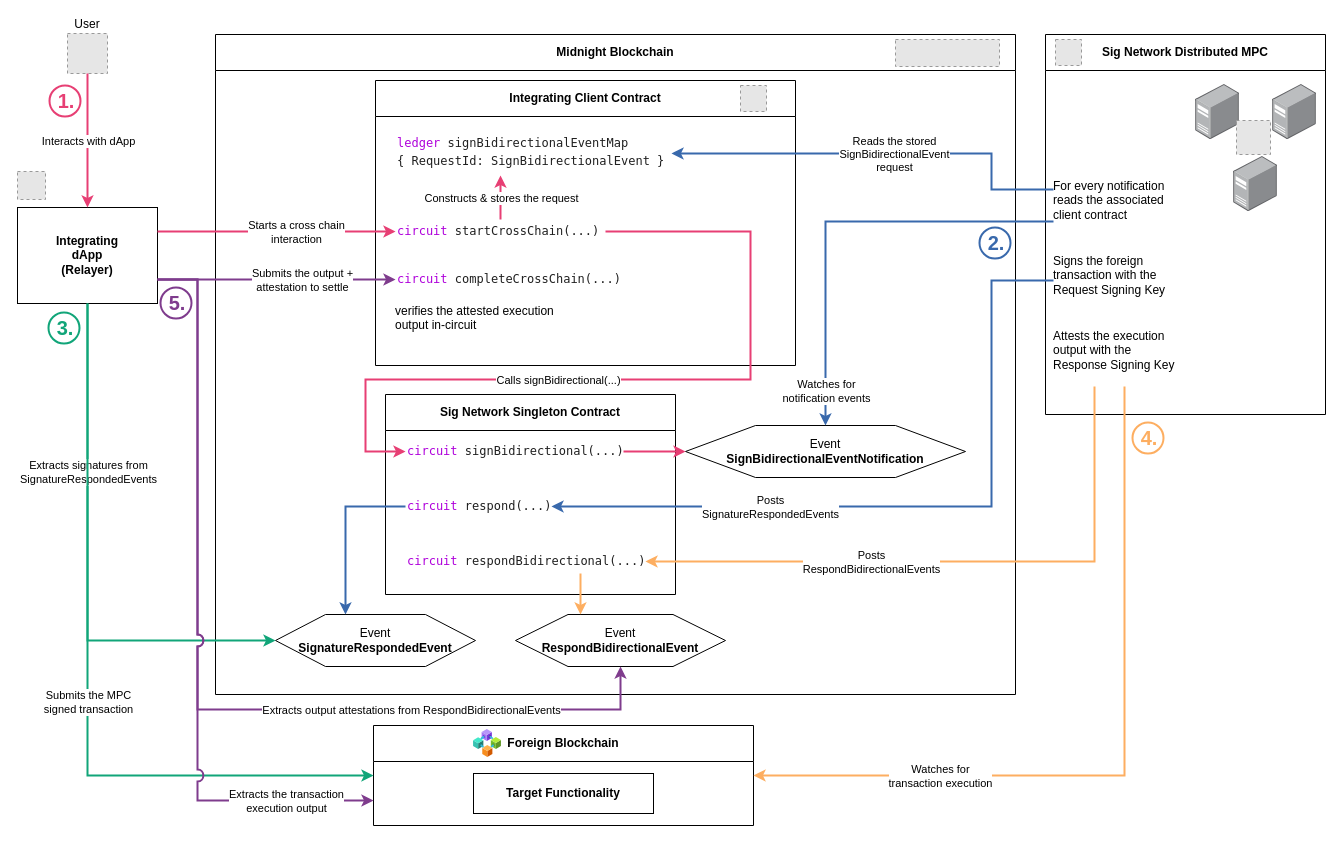
This is docs/sign-bidirectional-flow.drawio from sig-net/midnight-examples, a draw.io file, before an edit. Source tidied: cells renumbered, new cells numbered last; positions are measured from the earlier drawing's top-left corner, leaving out a move shared by most shapes. Both pictures are drawn from the tidied source at 100%, with x=0, y=0 at pixel (17, 33). Pictures stored in the file or linked from it are replaced by grey dashed boxes.
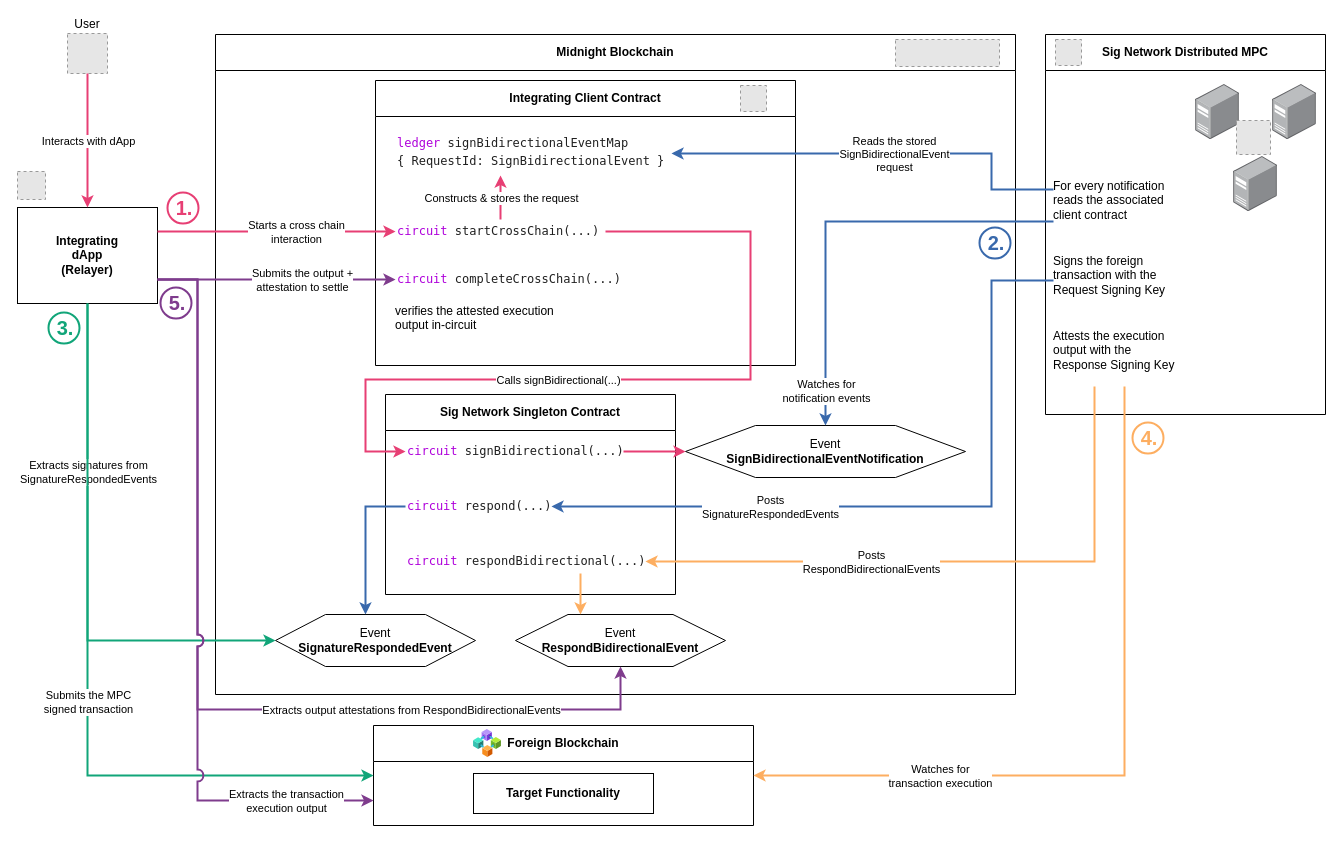
The same diagram, later.

Commit message (it also covers changes not shown here):
docs: A1 acceptance pass: step-1 circle moved to the salient edge, gutter verticals aligned

Unchanged cells that the change refers to:
```xml
<mxCell id="15" value="&lt;div style=&quot;font-family: Menlo, Monaco, &amp;#39;Courier New&amp;#39;, monospace; font-size: 12px; line-height: 18px; white-space: pre;&quot;&gt;&lt;span style=&quot;color: rgb(175, 0, 219);&quot;&gt;circuit&lt;/span&gt;&lt;span style=&quot;color: rgb(32, 32, 32);&quot;&gt; respond(...)&lt;/span&gt;&lt;/div&gt;" style="text;whiteSpace=wrap;html=1;dashed=1;spacingTop=-4;spacing=2;" parent="13" vertex="1">
  <mxGeometry x="20" y="100" width="146" height="24" as="geometry" />
</mxCell>
<mxCell id="18" value="Event&lt;br&gt;&lt;b&gt;SignatureRespondedEvent&lt;/b&gt;" style="shape=hexagon;perimeter=hexagonPerimeter2;whiteSpace=wrap;html=1;" parent="5" vertex="1">
  <mxGeometry x="60" y="580" width="200" height="52" as="geometry" />
</mxCell>
```

Diff of the diagram source:
```diff
@@
     <mxCell id="33" value="1." style="ellipse;whiteSpace=wrap;html=1;fontStyle=1;fontSize=20;spacing=0;spacingTop=-2;spacingLeft=3;fontColor=#E73F74;strokeWidth=2;strokeColor=#E73F74;" parent="1" vertex="1">
-      <mxGeometry x="32" y="52" width="31" height="31" as="geometry" />
+      <mxGeometry x="150" y="159" width="31" height="31" as="geometry" />
     </mxCell>
@@
-    <mxCell id="53" style="edgeStyle=orthogonalEdgeStyle;html=1;rounded=0;strokeWidth=2;strokeColor=#3969AC;exitX=0;exitY=0.5;exitDx=0;exitDy=0;entryX=0;entryY=0;entryDx=70;entryDy=0;" parent="1" edge="1" source="15" target="18">
+    <mxCell id="53" style="edgeStyle=orthogonalEdgeStyle;html=1;rounded=0;strokeWidth=2;strokeColor=#3969AC;exitX=0;exitY=0.5;exitDx=0;exitDy=0;entryX=0;entryY=0;entryDx=90;entryDy=0;" parent="1" edge="1" source="15" target="18">
       <mxGeometry relative="1" as="geometry">
         <Array as="points">
-          <mxPoint x="328" y="473" />
+          <mxPoint x="348" y="473" />
         </Array>
       </mxGeometry>
     </mxCell>
```
